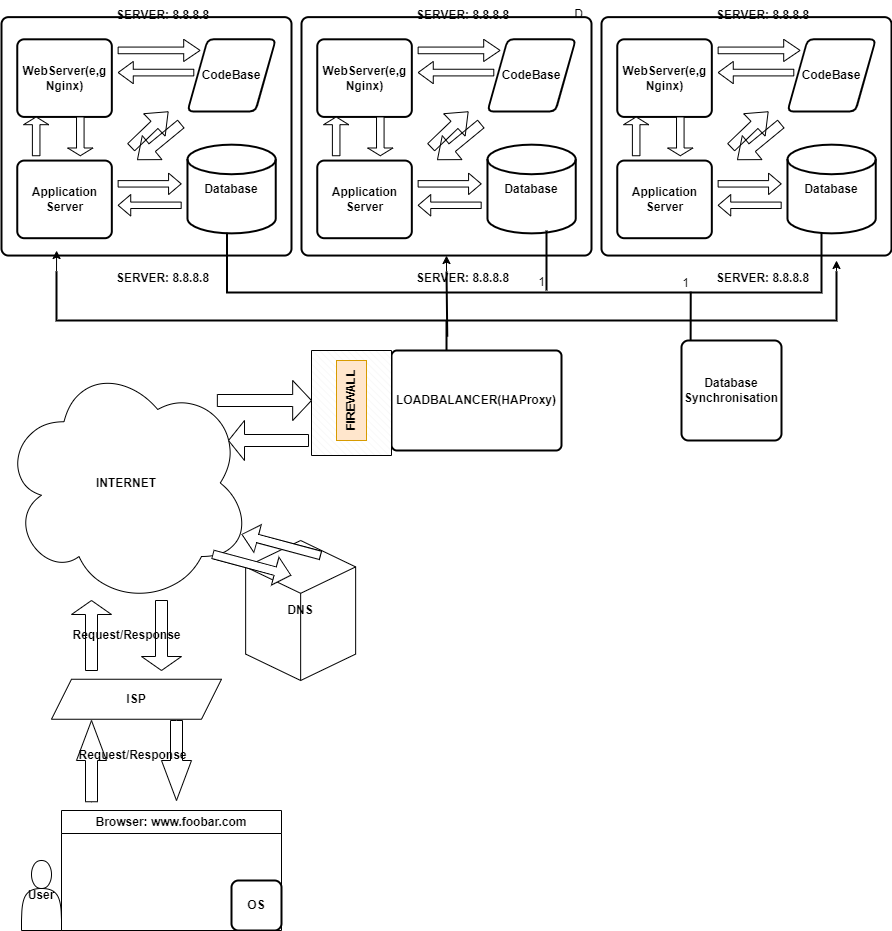
annerachael/alx-system_engineering-devops keeps this draw.io diagram as 0x09-web_infrastructure_design/2-secured_and_monitored_web_infrastructure.drawio.png. Above is the earlier version. Source tidied: cells renumbered, new cells last; positions are measured from the earlier drawing's top-left corner, leaving out a move shared by most shapes.
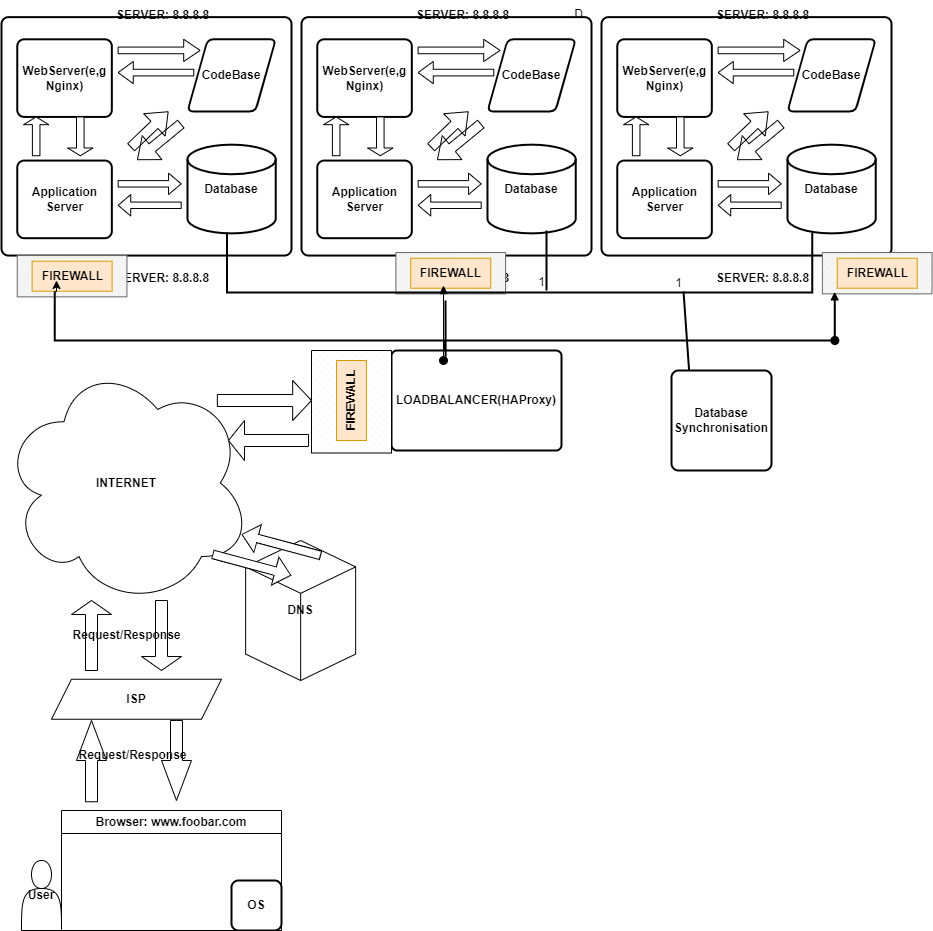
After the commit.

Diff of the diagram source:
```diff
@@ -44,7 +44,7 @@
       <mxGeometry x="65.8" y="810" width="130" height="30" as="geometry" />
     </mxCell>
     <mxCell id="15" style="group;" parent="1" vertex="1">
-      <mxGeometry y="70" width="290" height="280" as="geometry" />
+      <mxGeometry y="70" width="290" height="296.4" as="geometry" />
     </mxCell>
     <mxCell id="16" style="rounded=1;whiteSpace=wrap;html=1;absoluteArcSize=1;arcSize=14;strokeWidth=2;" parent="15" vertex="1">
       <mxGeometry y="16.6" width="290" height="238.4" as="geometry" />
@@ -106,6 +106,12 @@
     <mxCell id="31" value="&lt;b&gt;SERVER: 8.8.8.8&lt;/b&gt;" style="text;html=1;align=center;verticalAlign=middle;strokeColor=none;fillColor=none;" parent="15" vertex="1">
       <mxGeometry x="100.9" y="263.4" width="120" height="30" as="geometry" />
     </mxCell>
+    <mxCell id="83" style="verticalLabelPosition=bottom;verticalAlign=top;html=1;shape=mxgraph.basic.patternFillRect;fillStyle=diag;step=5;fillStrokeWidth=0.2;fillStrokeColor=#dddddd;fillColor=#f5f5f5;strokeColor=#666666;fontColor=#333333;" parent="15" vertex="1">
+      <mxGeometry x="15.8" y="255.1" width="109.7" height="41.3" as="geometry" />
+    </mxCell>
+    <mxCell id="84" value="&lt;b&gt;FIREWALL&lt;/b&gt;" style="text;html=1;align=center;verticalAlign=middle;strokeColor=#d79b00;fillColor=#ffe6cc;" parent="15" vertex="1">
+      <mxGeometry x="30.6" y="260.7" width="80" height="30" as="geometry" />
+    </mxCell>
     <mxCell id="32" value="D" style="group;" parent="1" vertex="1">
       <mxGeometry x="300" y="70" width="555" height="745.6" as="geometry" />
     </mxCell>
@@ -174,11 +180,11 @@
     </mxCell>
     <mxCell id="50" style="edgeStyle=orthogonalEdgeStyle;rounded=0;jettySize=auto;html=1;exitX=1;exitY=1;exitDx=0;exitDy=0;exitPerimeter=0;" parent="32" edge="1" source="51">
       <mxGeometry relative="1" as="geometry">
-        <mxPoint x="535" y="260" as="targetPoint" />
+        <mxPoint x="535" y="280" as="targetPoint" />
       </mxGeometry>
     </mxCell>
     <mxCell id="51" style="strokeWidth=2;html=1;shape=mxgraph.flowchart.annotation_2;align=left;labelPosition=right;rotation=-90;" parent="32" vertex="1">
-      <mxGeometry x="96.1" y="-70" width="97.9" height="780" as="geometry" />
+      <mxGeometry x="94.4" y="-50" width="97.9" height="780" as="geometry" />
     </mxCell>
     <mxCell id="52" style="shape=singleArrow;whiteSpace=wrap;html=1;rotation=-180;" parent="32" vertex="1">
       <mxGeometry x="-73" y="420" width="80" height="40" as="geometry" />
@@ -195,20 +201,28 @@
     <mxCell id="56" value="&lt;b&gt;LOADBALANCER(HAProxy)&lt;/b&gt;" style="rounded=1;whiteSpace=wrap;html=1;absoluteArcSize=1;arcSize=11;strokeWidth=2;" parent="32" vertex="1">
       <mxGeometry x="90" y="350" width="170" height="100" as="geometry" />
     </mxCell>
-    <mxCell id="57" style="endArrow=none;html=1;rounded=0;exitX=0.334;exitY=0.501;exitDx=0;exitDy=0;exitPerimeter=0;entryX=1;entryY=0.5;entryDx=0;entryDy=0;entryPerimeter=0;strokeWidth=2;" parent="32" edge="1" source="51" target="51">
-      <mxGeometry relative="1" as="geometry" />
+    <mxCell id="57" style="endArrow=none;html=1;rounded=0;exitX=0.334;exitY=0.501;exitDx=0;exitDy=0;exitPerimeter=0;strokeWidth=2;" parent="32" edge="1" source="51">
+      <mxGeometry relative="1" as="geometry">
+        <mxPoint x="144" y="300" as="targetPoint" />
+      </mxGeometry>
     </mxCell>
     <mxCell id="58" value="&lt;b&gt;Database Synchronisation&lt;/b&gt;" style="rounded=1;whiteSpace=wrap;html=1;absoluteArcSize=1;arcSize=14;strokeWidth=2;" parent="32" vertex="1">
-      <mxGeometry x="380" y="340" width="100" height="100" as="geometry" />
+      <mxGeometry x="370" y="370" width="100" height="100" as="geometry" />
     </mxCell>
     <mxCell id="59" value="&lt;div style=&quot;&quot;&gt;&lt;br&gt;&lt;/div&gt;" style="verticalLabelPosition=bottom;verticalAlign=top;html=1;shape=mxgraph.basic.patternFillRect;fillStyle=diag;step=5;fillStrokeWidth=0.2;fillStrokeColor=#dddddd;rotation=-90;align=center;" parent="32" vertex="1">
-      <mxGeometry x="-2.5" y="362.5" width="105" height="80" as="geometry" />
+      <mxGeometry x="-1.2" y="361.2" width="102.5" height="80" as="geometry" />
     </mxCell>
     <mxCell id="60" value="&lt;b&gt;FIREWALL&lt;/b&gt;" style="text;html=1;align=center;verticalAlign=middle;strokeColor=#d79b00;fillColor=#ffe6cc;rotation=-90;" parent="32" vertex="1">
       <mxGeometry x="10" y="385" width="80" height="30" as="geometry" />
     </mxCell>
+    <mxCell id="85" style="verticalLabelPosition=bottom;verticalAlign=top;html=1;shape=mxgraph.basic.patternFillRect;fillStyle=diag;step=5;fillStrokeWidth=0.2;fillStrokeColor=#dddddd;fillColor=#f5f5f5;strokeColor=#666666;fontColor=#333333;" parent="32" vertex="1">
+      <mxGeometry x="94.4" y="252.1" width="109.7" height="41.3" as="geometry" />
+    </mxCell>
+    <mxCell id="86" value="&lt;b&gt;FIREWALL&lt;/b&gt;" style="text;html=1;align=center;verticalAlign=middle;strokeColor=#d79b00;fillColor=#ffe6cc;" parent="32" vertex="1">
+      <mxGeometry x="109.3" y="257.7" width="80" height="30" as="geometry" />
+    </mxCell>
     <mxCell id="61" style="group;" parent="1" vertex="1">
-      <mxGeometry x="600" y="70" width="290" height="280" as="geometry" />
+      <mxGeometry x="600" y="70" width="330.5" height="293.4" as="geometry" />
     </mxCell>
     <mxCell id="62" style="rounded=1;whiteSpace=wrap;html=1;absoluteArcSize=1;arcSize=14;strokeWidth=2;" parent="61" vertex="1">
       <mxGeometry y="16.6" width="290" height="238.4" as="geometry" />
@@ -270,14 +284,22 @@
     <mxCell id="77" value="&lt;b&gt;SERVER: 8.8.8.8&lt;/b&gt;" style="text;html=1;align=center;verticalAlign=middle;strokeColor=none;fillColor=none;" parent="61" vertex="1">
       <mxGeometry x="100.9" y="263.4" width="120" height="30" as="geometry" />
     </mxCell>
+    <mxCell id="87" style="verticalLabelPosition=bottom;verticalAlign=top;html=1;shape=mxgraph.basic.patternFillRect;fillStyle=diag;step=5;fillStrokeWidth=0.2;fillStrokeColor=#dddddd;fillColor=#f5f5f5;strokeColor=#666666;fontColor=#333333;" parent="61" vertex="1">
+      <mxGeometry x="220.9" y="252.1" width="109.7" height="41.3" as="geometry" />
+    </mxCell>
+    <mxCell id="88" value="&lt;b&gt;FIREWALL&lt;/b&gt;" style="text;html=1;align=center;verticalAlign=middle;strokeColor=#d79b00;fillColor=#ffe6cc;" parent="61" vertex="1">
+      <mxGeometry x="235.7" y="257.7" width="80" height="30" as="geometry" />
+    </mxCell>
     <mxCell id="78" style="shape=singleArrow;whiteSpace=wrap;html=1;" parent="1" vertex="1">
       <mxGeometry x="215.8" y="450" width="94.2" height="40" as="geometry" />
     </mxCell>
-    <mxCell id="79" style="edgeStyle=orthogonalEdgeStyle;rounded=0;jettySize=auto;html=1;exitX=1;exitY=0;exitDx=0;exitDy=0;exitPerimeter=0;entryX=0.19;entryY=0.979;entryDx=0;entryDy=0;entryPerimeter=0;" parent="1" edge="1" source="51" target="16">
-      <mxGeometry relative="1" as="geometry" />
+    <mxCell id="79" style="edgeStyle=orthogonalEdgeStyle;rounded=0;jettySize=auto;html=1;exitX=1;exitY=0;exitDx=0;exitDy=0;exitPerimeter=0;" parent="1" edge="1" source="51">
+      <mxGeometry relative="1" as="geometry">
+        <mxPoint x="55" y="350" as="targetPoint" />
+      </mxGeometry>
     </mxCell>
     <mxCell id="80" style="strokeWidth=2;html=1;shape=mxgraph.flowchart.annotation_1;align=left;rotation=-90;" parent="1" vertex="1">
-      <mxGeometry x="493" y="34.9" width="59.7" height="594.4" as="geometry" />
+      <mxGeometry x="488.4" y="39.5" width="59.7" height="585.1" as="geometry" />
     </mxCell>
     <mxCell id="81" style="endArrow=none;html=1;rounded=0;strokeWidth=2;" parent="1" edge="1">
       <mxGeometry relative="1" as="geometry">
@@ -288,5 +310,14 @@
     <mxCell id="82" value="1" style="html=1;whiteSpace=wrap;align=right;verticalAlign=bottom;" parent="81" vertex="1">
       <mxGeometry x="1" relative="1" as="geometry" />
     </mxCell>
+    <mxCell id="89" style="html=1;verticalAlign=bottom;startArrow=oval;startFill=1;endArrow=block;startSize=8;curved=0;rounded=0;strokeWidth=1;" parent="1" edge="1">
+      <mxGeometry relative="1" as="geometry">
+        <mxPoint x="442" y="430" as="sourcePoint" />
+        <mxPoint x="442" y="355" as="targetPoint" />
+      </mxGeometry>
+    </mxCell>
+    <mxCell id="90" style="html=1;verticalAlign=bottom;startArrow=oval;startFill=1;endArrow=block;startSize=8;curved=0;rounded=0;exitX=0.5;exitY=1;exitDx=0;exitDy=0;exitPerimeter=0;entryX=0.112;entryY=0.952;entryDx=0;entryDy=0;entryPerimeter=0;" parent="1" edge="1" source="51" target="87">
+      <mxGeometry x="-1" y="6" relative="1" as="geometry" />
+    </mxCell>
   </root>
 </mxGraphModel>
```
